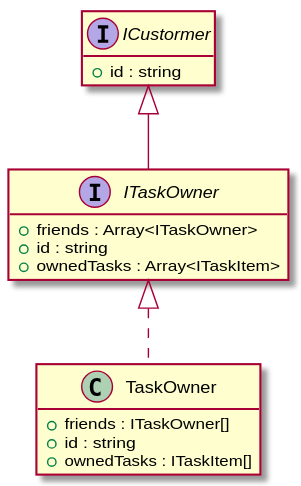
The PlantUML diagram docs/assets/images/ITaskOwner-umlClassDiagram-24.svg in dreambo8563/todo-core, before a commit. Its source is kept beside it as docs/assets/images/ITaskOwner-umlClassDiagram-24.puml.
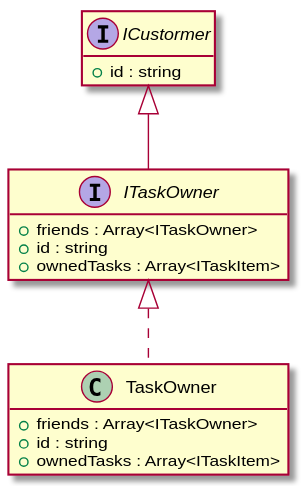
Above is the later version.

Change to the diagram source:
```diff
@@ -11,9 +11,9 @@
 }
 "ICustormer" <|-- "ITaskOwner"
 class "TaskOwner" {
-    +friends : ITaskOwner[]
+    +friends : Array<ITaskOwner>
     +id : string
-    +ownedTasks : ITaskItem[]
+    +ownedTasks : Array<ITaskItem>
 }
 "ITaskOwner" <|.. "TaskOwner"
 @enduml
```
